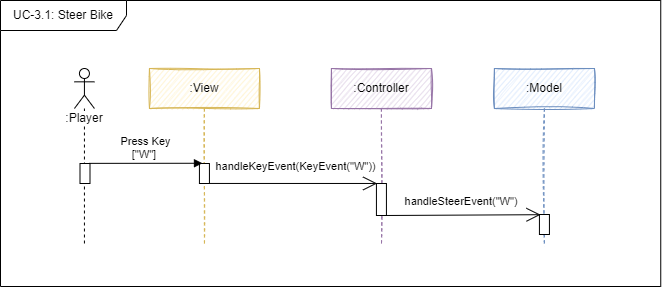
sckoenig/Distributed-Tron keeps this draw.io diagram as Dokumentation/App/diagrams/sd_mvc_steerBike.png. Above is the earlier version. Source tidied: cells renumbered, new cells last; positions are measured from the earlier drawing's top-left corner, leaving out a move shared by most shapes.
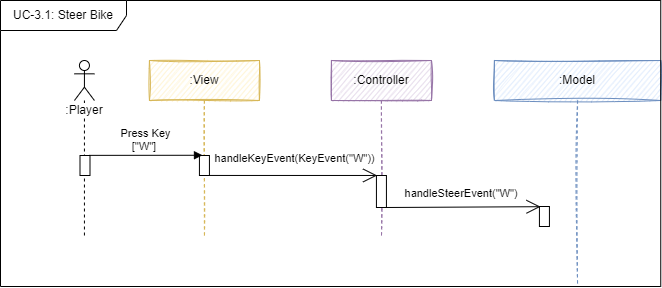
The same diagram one commit later.

The edit, as a diff of the source:
```diff
@@ -2,25 +2,25 @@
   <root>
     <mxCell id="0" />
     <mxCell id="1" parent="0" />
-    <mxCell id="2" value="UC-3.1: Steer Bike" style="shape=umlFrame;whiteSpace=wrap;html=1;sketch=0;fillColor=default;width=126;height=30;" parent="1" vertex="1">
-      <mxGeometry width="660.2" height="286" as="geometry" />
+    <mxCell id="2" value=":Controller" style="shape=umlLifeline;perimeter=lifelinePerimeter;whiteSpace=wrap;html=1;fillColor=#e1d5e7;strokeColor=#9673a6;sketch=1;" parent="1" vertex="1">
+      <mxGeometry x="330.9" y="68" width="100" height="178" as="geometry" />
     </mxCell>
-    <mxCell id="3" value=":Controller" style="shape=umlLifeline;perimeter=lifelinePerimeter;whiteSpace=wrap;html=1;fillColor=#e1d5e7;strokeColor=#9673a6;sketch=1;" parent="1" vertex="1">
-      <mxGeometry x="330.9" y="68" width="100" height="178" as="geometry" />
+    <mxCell id="3" style="html=1;perimeter=orthogonalPerimeter;fontSize=12;sketch=0;" parent="2" vertex="1">
+      <mxGeometry x="45" y="115" width="10" height="32" as="geometry" />
     </mxCell>
-    <mxCell id="4" style="html=1;perimeter=orthogonalPerimeter;fontSize=12;sketch=0;" parent="3" vertex="1">
-      <mxGeometry x="45" y="115" width="10" height="32" as="geometry" />
+    <mxCell id="4" value=":Model" style="shape=umlLifeline;perimeter=lifelinePerimeter;whiteSpace=wrap;html=1;fillColor=#dae8fc;strokeColor=#6c8ebf;sketch=1;" parent="1" vertex="1">
+      <mxGeometry x="493.9" y="68" width="166.3" height="226" as="geometry" />
     </mxCell>
-    <mxCell id="5" value=":Model" style="shape=umlLifeline;perimeter=lifelinePerimeter;whiteSpace=wrap;html=1;outlineConnect=0;fillColor=#dae8fc;strokeColor=#6c8ebf;sketch=1;" parent="1" vertex="1">
-      <mxGeometry x="493.9" y="68" width="100" height="178" as="geometry" />
+    <mxCell id="5" style="html=1;points=[];perimeter=orthogonalPerimeter;fontSize=12;sketch=0;" parent="4" vertex="1">
+      <mxGeometry x="45" y="146" width="10" height="20" as="geometry" />
     </mxCell>
-    <mxCell id="6" style="html=1;points=[];perimeter=orthogonalPerimeter;fontSize=12;sketch=0;" parent="5" vertex="1">
-      <mxGeometry x="45" y="146" width="10" height="20" as="geometry" />
+    <mxCell id="6" style="endArrow=open;endFill=1;endSize=12;html=1;rounded=0;fontSize=11;sketch=0;entryX=0.107;entryY=0.01;entryDx=0;entryDy=0;entryPerimeter=0;" parent="4" edge="1" target="5">
+      <mxGeometry relative="1" as="geometry">
+        <mxPoint x="-110" y="147" as="sourcePoint" />
+      </mxGeometry>
     </mxCell>
-    <mxCell id="7" style="endArrow=open;endFill=1;endSize=12;html=1;rounded=0;fontSize=11;sketch=0;entryX=0.107;entryY=0.01;entryDx=0;entryDy=0;entryPerimeter=0;" parent="5" edge="1" target="6">
-      <mxGeometry relative="1" as="geometry">
-        <mxPoint x="-110" y="147" as="sourcePoint" />
-      </mxGeometry>
+    <mxCell id="7" value="UC-3.1: Steer Bike" style="shape=umlFrame;whiteSpace=wrap;html=1;sketch=0;fillColor=default;width=126;height=30;" parent="4" vertex="1">
+      <mxGeometry x="-493.9" y="-60" width="660.2" height="286" as="geometry" />
     </mxCell>
     <mxCell id="8" value=":View" style="shape=umlLifeline;perimeter=lifelinePerimeter;whiteSpace=wrap;html=1;fillColor=#fff2cc;strokeColor=#d6b656;sketch=1;" parent="1" vertex="1">
       <mxGeometry x="148.9" y="68" width="110" height="178" as="geometry" />
```
